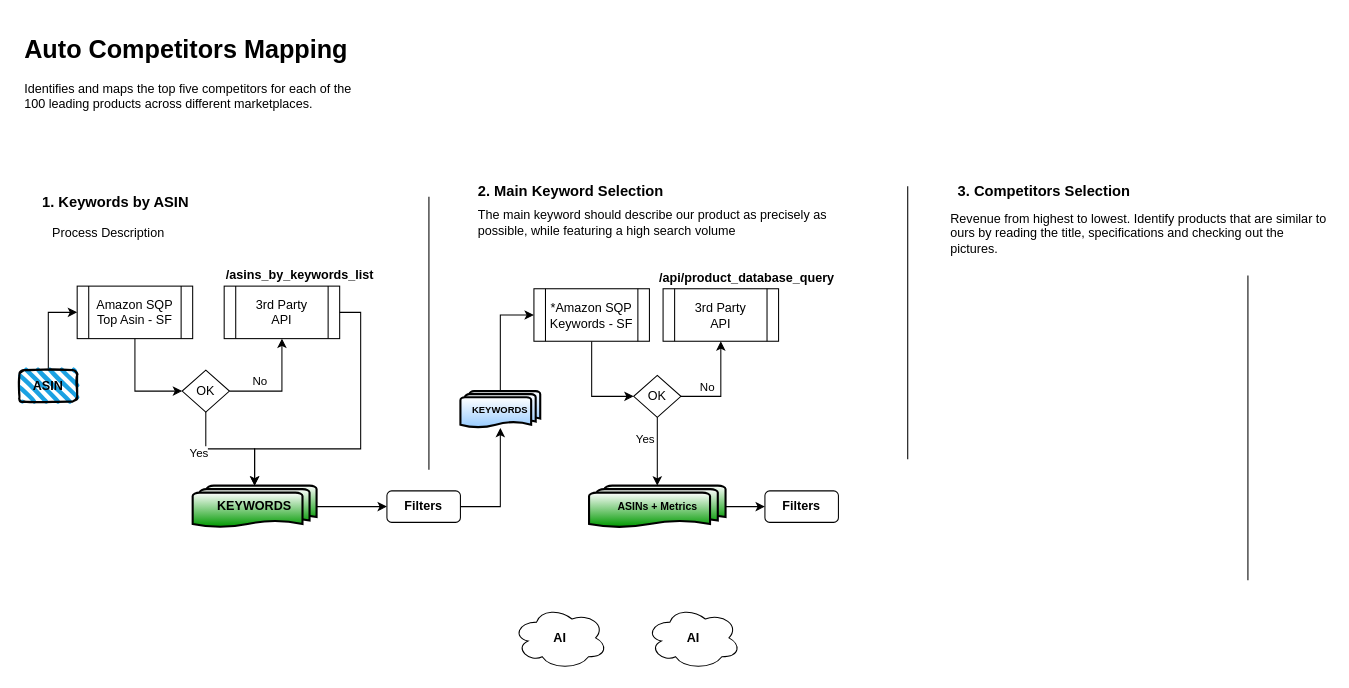
Before: competitors-mapping/sx_competitors_mapping.drawio in rribeirosellerx/drawio, a draw.io diagram. Source tidied: cells renumbered, new cells numbered last; positions are measured from the earlier drawing's top-left corner, leaving out a move shared by most shapes. Both pictures are drawn from the tidied source at 105%, with x=0, y=0 at pixel (19, 28).
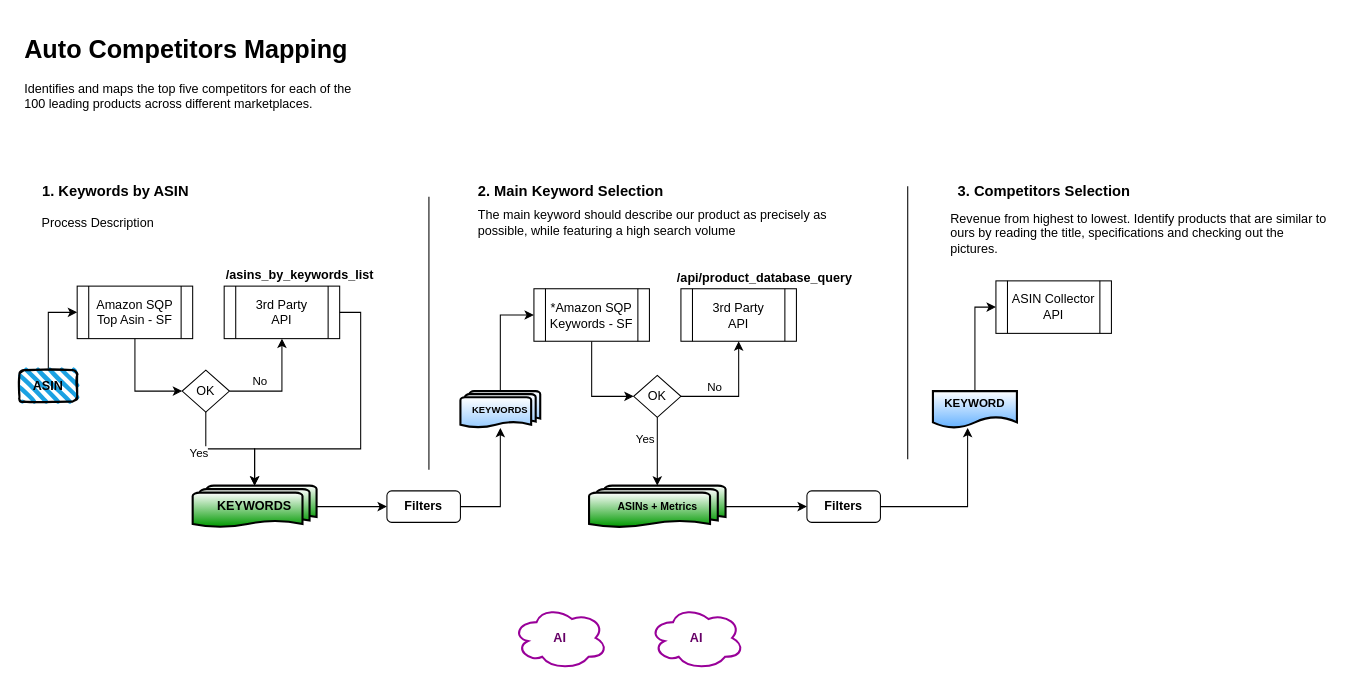
Above is the later version.

The edit, as a diff of the source:
```diff
@@
-    <mxCell id="4" style="endArrow=none;html=1;rounded=0;" parent="1" edge="1">
-      <mxGeometry relative="1" as="geometry">
-        <mxPoint x="1170" y="525" as="sourcePoint" />
-        <mxPoint x="1170" y="235" as="targetPoint" />
-      </mxGeometry>
-    </mxCell>
     <mxCell id="5" value="1. Keywords by ASIN" style="text;html=1;strokeColor=none;fillColor=none;align=left;verticalAlign=middle;whiteSpace=wrap;rounded=0;fontSize=14;fontStyle=1;" parent="1" vertex="1">
-      <mxGeometry x="20" y="150" width="170" height="30" as="geometry" />
+      <mxGeometry x="20" y="140" width="170" height="30" as="geometry" />
     </mxCell>
@@
     <mxCell id="21" value="Process Description" style="text;html=1;strokeColor=none;fillColor=none;align=center;verticalAlign=middle;whiteSpace=wrap;rounded=0;" parent="1" vertex="1">
-      <mxGeometry x="20" y="180" width="130" height="30" as="geometry" />
+      <mxGeometry x="10" y="170" width="130" height="30" as="geometry" />
     </mxCell>
@@
     <mxCell id="24" value="/api/product_database_query" style="text;html=1;strokeColor=none;fillColor=none;align=center;verticalAlign=middle;whiteSpace=wrap;rounded=0;fontStyle=1;" parent="1" vertex="1">
-      <mxGeometry x="613" y="222.5" width="160" height="30" as="geometry" />
+      <mxGeometry x="630" y="222.5" width="160" height="30" as="geometry" />
     </mxCell>
     <mxCell id="25" value="3rd Party&lt;br style=&quot;border-color: var(--border-color);&quot;&gt;API" style="shape=process;whiteSpace=wrap;html=1;backgroundOutline=1;" parent="1" vertex="1">
-      <mxGeometry x="613" y="247.5" width="110" height="50" as="geometry" />
+      <mxGeometry x="630" y="247.5" width="110" height="50" as="geometry" />
     </mxCell>
@@
-    <mxCell id="32" value="&lt;b&gt;AI&lt;/b&gt;" style="ellipse;shape=cloud;whiteSpace=wrap;html=1;" parent="1" vertex="1">
-      <mxGeometry x="597" y="550" width="90" height="60" as="geometry" />
-    </mxCell>
-    <mxCell id="33" value="&lt;b&gt;AI&lt;/b&gt;" style="ellipse;shape=cloud;whiteSpace=wrap;html=1;" parent="1" vertex="1">
+    <mxCell id="33" value="&lt;b&gt;AI&lt;/b&gt;" style="ellipse;shape=cloud;whiteSpace=wrap;html=1;strokeWidth=2;strokeColor=#990099;fontColor=#660066;" parent="1" vertex="1">
       <mxGeometry x="470" y="550" width="90" height="60" as="geometry" />
     </mxCell>
@@
     <mxCell id="43" value="Filters" style="rounded=1;whiteSpace=wrap;html=1;fontStyle=1;" parent="1" vertex="1">
-      <mxGeometry x="710" y="440" width="70" height="30" as="geometry" />
+      <mxGeometry x="750" y="440" width="70" height="30" as="geometry" />
     </mxCell>
+    <mxCell id="44" style="edgeStyle=orthogonalEdgeStyle;rounded=0;jettySize=auto;html=1;exitX=0.5;exitY=0;exitDx=0;exitDy=0;entryX=0;entryY=0.5;entryDx=0;entryDy=0;" parent="1" edge="1" source="45" target="47">
+      <mxGeometry relative="1" as="geometry" />
+    </mxCell>
+    <mxCell id="45" value="&lt;b&gt;&lt;font style=&quot;font-size: 11px;&quot;&gt;KEYWORD&lt;/font&gt;&lt;/b&gt;" style="shape=document;whiteSpace=wrap;html=1;boundedLbl=1;gradientColor=#66B2FF;strokeWidth=2;" parent="1" vertex="1">
+      <mxGeometry x="870" y="345" width="80" height="35" as="geometry" />
+    </mxCell>
+    <mxCell id="46" style="edgeStyle=orthogonalEdgeStyle;rounded=0;jettySize=auto;html=1;entryX=0.413;entryY=1;entryDx=0;entryDy=0;entryPerimeter=0;" parent="1" edge="1" source="43" target="45">
+      <mxGeometry relative="1" as="geometry" />
+    </mxCell>
+    <mxCell id="47" value="ASIN Collector&lt;br&gt;API" style="shape=process;whiteSpace=wrap;html=1;backgroundOutline=1;" parent="1" vertex="1">
+      <mxGeometry x="930" y="240" width="110" height="50" as="geometry" />
+    </mxCell>
+    <mxCell id="32" value="&lt;b&gt;AI&lt;/b&gt;" style="ellipse;shape=cloud;whiteSpace=wrap;html=1;strokeWidth=2;strokeColor=#990099;fontColor=#660066;" parent="1" vertex="1">
+      <mxGeometry x="600" y="550" width="90" height="60" as="geometry" />
+    </mxCell>
```
